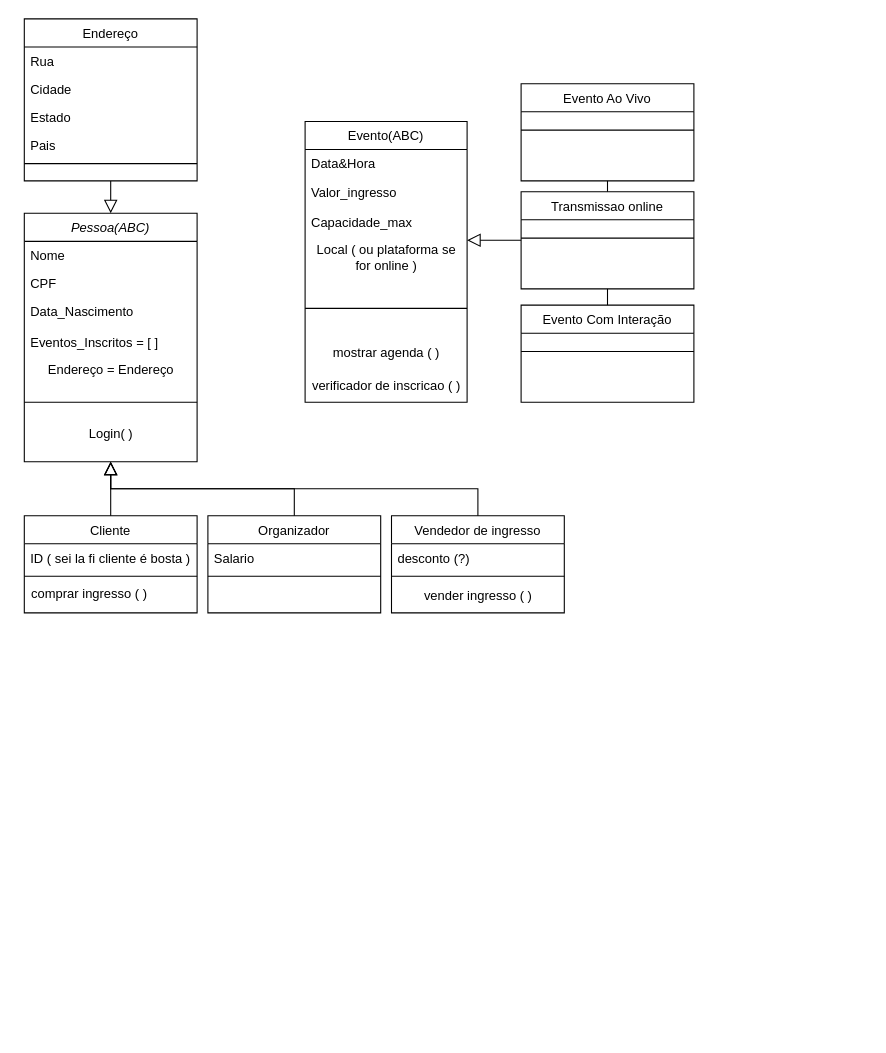
This is DIAGRAMA-TRAB-BETO.drawio from Ryan-Taito-Hadas/DiagramaBeto, a draw.io file, before an edit. Source tidied: cells renumbered, new cells numbered last; positions are measured from the earlier drawing's top-left corner, leaving out a move shared by most shapes. Both pictures are drawn from the tidied source at 108%, with x=0, y=0 at pixel (18, 18).
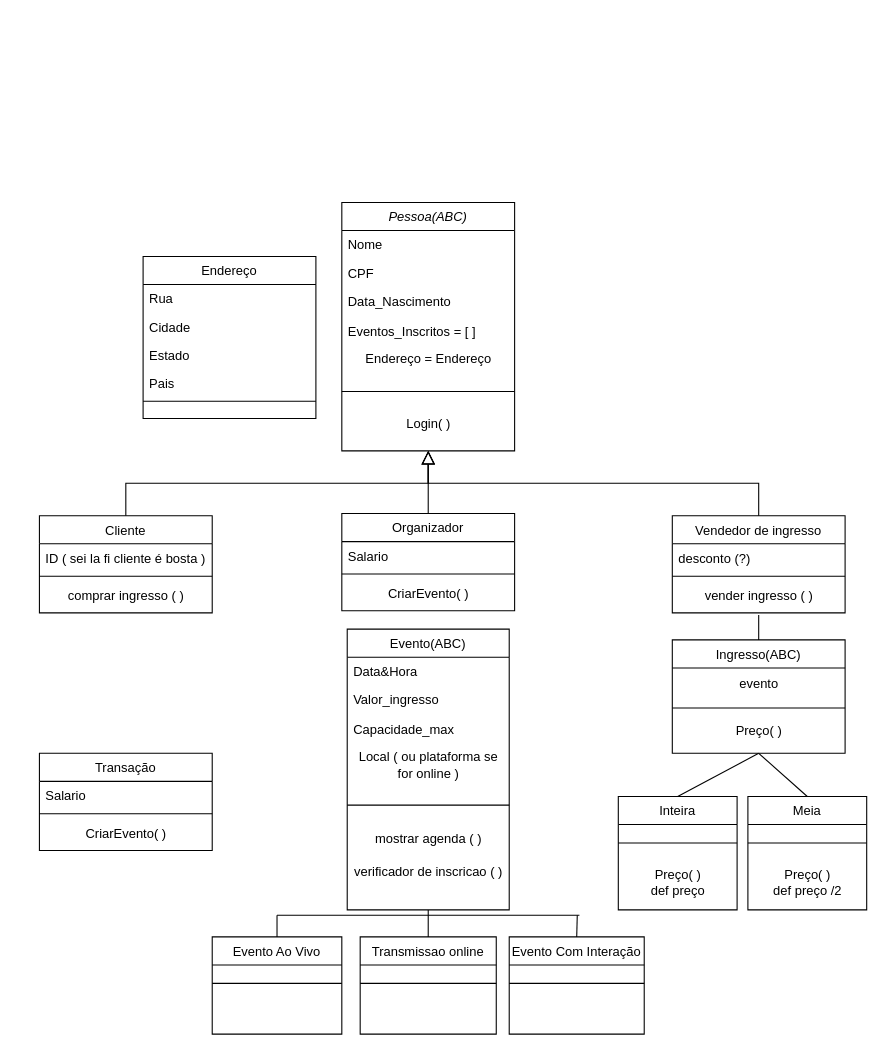
After the change.

Commit message:
coloquei ingressos, organizei eventos e vou colocar transação

The change refers to these unchanged cells:
```xml
<mxCell id="28" value="Local ( ou plataforma se&lt;div&gt;for online )&lt;/div&gt;" style="text;html=1;align=center;verticalAlign=middle;points=[];strokeColor=none;fillColor=none;" parent="24" vertex="1">
  <mxGeometry y="106" width="150" height="40" as="geometry" />
</mxCell>
<mxCell id="36" value="vender ingresso ( )" style="text;html=1;align=center;verticalAlign=middle;points=[];strokeColor=none;fillColor=none;" parent="33" vertex="1">
  <mxGeometry y="60" width="160" height="30" as="geometry" />
</mxCell>
```

The edit, as a diff of the source:
```diff
@@
     <mxCell id="2" value="Pessoa(ABC)&#10;    &#10;" style="swimlane;fontStyle=2;align=center;verticalAlign=top;horizontal=1;startSize=26;rounded=0;shadow=0;strokeWidth=1;" parent="1" vertex="1">
-      <mxGeometry x="5" y="180" width="160" height="230" as="geometry" />
+      <mxGeometry x="299" y="170" width="160" height="230" as="geometry" />
     </mxCell>
@@
     <mxCell id="9" value="Cliente" style="swimlane;fontStyle=0;align=center;verticalAlign=top;horizontal=1;startSize=26;rounded=0;shadow=0;strokeWidth=1;" parent="1" vertex="1">
-      <mxGeometry x="5" y="460" width="160" height="90" as="geometry" />
+      <mxGeometry x="19" y="460" width="160" height="90" as="geometry" />
     </mxCell>
@@
+    <mxCell id="32" value="comprar ingresso ( )" style="text;html=1;align=center;verticalAlign=middle;strokeColor=none;fillColor=none;" parent="9" vertex="1">
+      <mxGeometry y="60" width="160" height="30" as="geometry" />
+    </mxCell>
@@
     <mxCell id="13" value="Organizador" style="swimlane;fontStyle=0;align=center;verticalAlign=top;horizontal=1;startSize=26;rounded=0;shadow=0;strokeWidth=1;" parent="1" vertex="1">
-      <mxGeometry x="175" y="460" width="160" height="90" as="geometry" />
+      <mxGeometry x="299" y="458" width="160" height="90" as="geometry" />
     </mxCell>
@@
+    <mxCell id="47" value="CriarEvento( )" style="text;html=1;align=center;verticalAlign=middle;strokeColor=none;fillColor=none;" parent="13" vertex="1">
+      <mxGeometry y="60" width="160" height="30" as="geometry" />
+    </mxCell>
     <mxCell id="16" value="Endereço" style="swimlane;fontStyle=0;align=center;verticalAlign=top;horizontal=1;startSize=26;rounded=0;shadow=0;strokeWidth=1;" parent="1" vertex="1">
-      <mxGeometry x="5" width="160" height="150" as="geometry" />
+      <mxGeometry x="115" y="220" width="160" height="150" as="geometry" />
     </mxCell>
@@
-    <mxCell id="23" style="endArrow=block;endSize=10;endFill=0;shadow=0;strokeWidth=1;rounded=0;curved=0;edgeStyle=elbowEdgeStyle;elbow=vertical;exitX=0.5;exitY=1;exitDx=0;exitDy=0;entryX=0.5;entryY=0;entryDx=0;entryDy=0;" parent="1" edge="1" source="16" target="2">
-      <mxGeometry relative="1" as="geometry" />
-    </mxCell>
     <mxCell id="24" value="Evento(ABC)" style="swimlane;fontStyle=0;align=center;verticalAlign=top;horizontal=1;startSize=26;rounded=0;shadow=0;strokeWidth=1;" parent="1" vertex="1">
-      <mxGeometry x="265" y="95" width="150" height="260" as="geometry" />
+      <mxGeometry x="304" y="565" width="150" height="260" as="geometry" />
     </mxCell>
@@
     <mxCell id="29" style="line;html=1;strokeWidth=1;align=left;verticalAlign=middle;spacingTop=-1;spacingLeft=3;spacingRight=3;labelPosition=right;" parent="24" vertex="1">
-      <mxGeometry y="146" width="150" height="54" as="geometry" />
+      <mxGeometry y="146" width="150" height="34" as="geometry" />
     </mxCell>
     <mxCell id="30" value="mostrar agenda ( )" style="text;html=1;align=center;verticalAlign=middle;strokeColor=none;fillColor=none;" parent="24" vertex="1">
-      <mxGeometry y="200" width="150" height="30" as="geometry" />
+      <mxGeometry y="180" width="150" height="30" as="geometry" />
     </mxCell>
     <mxCell id="31" value="verificador de inscricao ( )" style="text;html=1;align=center;verticalAlign=middle;strokeColor=none;fillColor=none;" parent="24" vertex="1">
-      <mxGeometry y="230" width="150" height="30" as="geometry" />
+      <mxGeometry y="210" width="150" height="30" as="geometry" />
     </mxCell>
-    <mxCell id="32" value="comprar ingresso ( )" style="text;html=1;align=center;verticalAlign=middle;strokeColor=none;fillColor=none;" parent="1" vertex="1">
-      <mxGeometry y="518" width="130" height="30" as="geometry" />
-    </mxCell>
     <mxCell id="33" value="Vendedor de ingresso" style="swimlane;fontStyle=0;align=center;verticalAlign=top;horizontal=1;startSize=26;rounded=0;shadow=0;strokeWidth=1;" parent="1" vertex="1">
-      <mxGeometry x="345" y="460" width="160" height="90" as="geometry" />
+      <mxGeometry x="605" y="460" width="160" height="90" as="geometry" />
     </mxCell>
@@
-    <mxCell id="37" style="endArrow=block;endSize=10;endFill=0;shadow=0;strokeWidth=1;rounded=0;curved=0;edgeStyle=elbowEdgeStyle;elbow=vertical;exitX=0.5;exitY=0;exitDx=0;exitDy=0;" parent="1" edge="1" source="33">
-      <mxGeometry relative="1" as="geometry">
-        <mxPoint x="85" y="410" as="targetPoint" />
-      </mxGeometry>
+    <mxCell id="37" style="endArrow=block;endSize=10;endFill=0;shadow=0;strokeWidth=1;rounded=0;curved=0;edgeStyle=elbowEdgeStyle;elbow=vertical;exitX=0.5;exitY=0;exitDx=0;exitDy=0;entryX=0.5;entryY=1;entryDx=0;entryDy=0;" parent="1" edge="1" source="33" target="2">
+      <mxGeometry relative="1" as="geometry" />
     </mxCell>
     <mxCell id="38" value="Evento Com Interação" style="swimlane;fontStyle=0;align=center;verticalAlign=top;horizontal=1;startSize=26;rounded=0;shadow=0;strokeWidth=1;" parent="1" vertex="1">
-      <mxGeometry x="465" y="265" width="160" height="90" as="geometry" />
+      <mxGeometry x="454" y="850" width="125" height="90" as="geometry" />
     </mxCell>
     <mxCell id="39" style="line;html=1;strokeWidth=1;align=left;verticalAlign=middle;spacingTop=-1;spacingLeft=3;spacingRight=3;labelPosition=right;" parent="38" vertex="1">
-      <mxGeometry y="26" width="160" height="34" as="geometry" />
+      <mxGeometry y="26" width="125" height="34" as="geometry" />
     </mxCell>
     <mxCell id="40" value="Evento Ao Vivo" style="swimlane;fontStyle=0;align=center;verticalAlign=top;horizontal=1;startSize=26;rounded=0;shadow=0;strokeWidth=1;" parent="1" vertex="1">
-      <mxGeometry x="465" y="60" width="160" height="90" as="geometry" />
+      <mxGeometry x="179" y="850" width="120" height="90" as="geometry" />
     </mxCell>
     <mxCell id="41" style="line;html=1;strokeWidth=1;align=left;verticalAlign=middle;spacingTop=-1;spacingLeft=3;spacingRight=3;labelPosition=right;" parent="40" vertex="1">
-      <mxGeometry y="26" width="160" height="34" as="geometry" />
+      <mxGeometry y="26" width="120" height="34" as="geometry" />
     </mxCell>
     <mxCell id="42" value="Transmissao online" style="swimlane;fontStyle=0;align=center;verticalAlign=top;horizontal=1;startSize=26;rounded=0;shadow=0;strokeWidth=1;" parent="1" vertex="1">
-      <mxGeometry x="465" y="160" width="160" height="90" as="geometry" />
+      <mxGeometry x="316" y="850" width="126" height="90" as="geometry" />
     </mxCell>
     <mxCell id="43" style="line;html=1;strokeWidth=1;align=left;verticalAlign=middle;spacingTop=-1;spacingLeft=3;spacingRight=3;labelPosition=right;" parent="42" vertex="1">
-      <mxGeometry y="26" width="160" height="34" as="geometry" />
+      <mxGeometry y="26" width="126" height="34" as="geometry" />
     </mxCell>
-    <mxCell id="44" style="endArrow=block;endSize=10;endFill=0;shadow=0;strokeWidth=1;rounded=0;curved=0;edgeStyle=elbowEdgeStyle;elbow=vertical;exitX=0;exitY=0.5;exitDx=0;exitDy=0;" parent="1" edge="1" source="42" target="28">
-      <mxGeometry relative="1" as="geometry" />
-    </mxCell>
-    <mxCell id="45" style="endArrow=none;html=1;rounded=0;exitX=0.5;exitY=0;exitDx=0;exitDy=0;entryX=0.5;entryY=1;entryDx=0;entryDy=0;" parent="1" edge="1" source="38" target="42">
-      <mxGeometry relative="1" as="geometry" />
-    </mxCell>
-    <mxCell id="46" style="endArrow=none;html=1;rounded=0;exitX=0.5;exitY=1;exitDx=0;exitDy=0;entryX=0.5;entryY=0;entryDx=0;entryDy=0;" parent="1" edge="1" source="40" target="42">
-      <mxGeometry relative="1" as="geometry" />
-    </mxCell>
+    <mxCell id="48" value="Ingresso(ABC)" style="swimlane;fontStyle=0;align=center;verticalAlign=top;horizontal=1;startSize=26;rounded=0;shadow=0;strokeWidth=1;" parent="1" vertex="1">
+      <mxGeometry x="605" y="575" width="160" height="105" as="geometry" />
+    </mxCell>
+    <mxCell id="49" value="evento" style="text;html=1;align=center;verticalAlign=middle;strokeColor=none;fillColor=none;" parent="48" vertex="1">
+      <mxGeometry y="26" width="160" height="30" as="geometry" />
+    </mxCell>
+    <mxCell id="50" style="line;html=1;strokeWidth=1;align=left;verticalAlign=middle;spacingTop=-1;spacingLeft=3;spacingRight=3;labelPosition=right;" parent="48" vertex="1">
+      <mxGeometry y="56" width="160" height="14" as="geometry" />
+    </mxCell>
+    <mxCell id="51" value="Preço( )" style="text;html=1;align=center;verticalAlign=middle;strokeColor=none;fillColor=none;" parent="48" vertex="1">
+      <mxGeometry y="70" width="160" height="30" as="geometry" />
+    </mxCell>
+    <mxCell id="52" style="endArrow=none;html=1;rounded=0;exitX=0.5;exitY=0;exitDx=0;exitDy=0;entryX=0.5;entryY=1.067;entryDx=0;entryDy=0;entryPerimeter=0;" parent="1" edge="1" source="48" target="36">
+      <mxGeometry relative="1" as="geometry" />
+    </mxCell>
+    <mxCell id="53" value="Meia" style="swimlane;fontStyle=0;align=center;verticalAlign=top;horizontal=1;startSize=26;rounded=0;shadow=0;strokeWidth=1;" parent="1" vertex="1">
+      <mxGeometry x="675" y="720" width="110" height="105" as="geometry" />
+    </mxCell>
+    <mxCell id="54" style="line;html=1;strokeWidth=1;align=left;verticalAlign=middle;spacingTop=-1;spacingLeft=3;spacingRight=3;labelPosition=right;" parent="53" vertex="1">
+      <mxGeometry y="26" width="110" height="34" as="geometry" />
+    </mxCell>
+    <mxCell id="55" value="Preço( )&lt;div&gt;def preço /2&lt;/div&gt;" style="text;html=1;align=center;verticalAlign=middle;strokeColor=none;fillColor=none;" parent="53" vertex="1">
+      <mxGeometry y="60" width="110" height="40" as="geometry" />
+    </mxCell>
+    <mxCell id="56" value="Inteira" style="swimlane;fontStyle=0;align=center;verticalAlign=top;horizontal=1;startSize=26;rounded=0;shadow=0;strokeWidth=1;" parent="1" vertex="1">
+      <mxGeometry x="555" y="720" width="110" height="105" as="geometry" />
+    </mxCell>
+    <mxCell id="57" style="line;html=1;strokeWidth=1;align=left;verticalAlign=middle;spacingTop=-1;spacingLeft=3;spacingRight=3;labelPosition=right;" parent="56" vertex="1">
+      <mxGeometry y="26" width="110" height="34" as="geometry" />
+    </mxCell>
+    <mxCell id="58" value="Preço( )&lt;div&gt;def preço&lt;/div&gt;" style="text;html=1;align=center;verticalAlign=middle;strokeColor=none;fillColor=none;" parent="56" vertex="1">
+      <mxGeometry y="60" width="110" height="40" as="geometry" />
+    </mxCell>
+    <mxCell id="59" style="endArrow=none;html=1;rounded=0;exitX=0.5;exitY=0;exitDx=0;exitDy=0;entryX=0.5;entryY=1;entryDx=0;entryDy=0;" parent="1" edge="1" source="56" target="48">
+      <mxGeometry relative="1" as="geometry" />
+    </mxCell>
+    <mxCell id="60" style="endArrow=none;html=1;rounded=0;exitX=0.5;exitY=0;exitDx=0;exitDy=0;entryX=0.5;entryY=1;entryDx=0;entryDy=0;" parent="1" edge="1" source="53" target="48">
+      <mxGeometry relative="1" as="geometry" />
+    </mxCell>
+    <mxCell id="61" style="endArrow=none;html=1;rounded=0;exitX=0.5;exitY=0;exitDx=0;exitDy=0;" parent="1" edge="1" source="40">
+      <mxGeometry relative="1" as="geometry">
+        <mxPoint x="239" y="830" as="targetPoint" />
+      </mxGeometry>
+    </mxCell>
+    <mxCell id="62" style="endArrow=none;html=1;rounded=0;exitX=0.5;exitY=0;exitDx=0;exitDy=0;entryX=0.5;entryY=1;entryDx=0;entryDy=0;" parent="1" edge="1" source="42" target="24">
+      <mxGeometry relative="1" as="geometry" />
+    </mxCell>
+    <mxCell id="63" style="endArrow=none;html=1;rounded=0;exitX=0.5;exitY=0;exitDx=0;exitDy=0;" parent="1" edge="1" source="38">
+      <mxGeometry relative="1" as="geometry">
+        <mxPoint x="517" y="830" as="targetPoint" />
+      </mxGeometry>
+    </mxCell>
+    <mxCell id="64" style="endArrow=none;html=1;rounded=0;" parent="1" edge="1">
+      <mxGeometry relative="1" as="geometry">
+        <mxPoint x="239" y="830" as="sourcePoint" />
+        <mxPoint x="519" y="830" as="targetPoint" />
+      </mxGeometry>
+    </mxCell>
+    <mxCell id="65" value="Transação" style="swimlane;fontStyle=0;align=center;verticalAlign=top;horizontal=1;startSize=26;rounded=0;shadow=0;strokeWidth=1;" parent="1" vertex="1">
+      <mxGeometry x="19" y="680" width="160" height="90" as="geometry" />
+    </mxCell>
+    <mxCell id="66" value="Salario" style="text;align=left;verticalAlign=top;spacingLeft=4;spacingRight=4;overflow=hidden;" parent="65" vertex="1">
+      <mxGeometry y="26" width="160" height="26" as="geometry" />
+    </mxCell>
+    <mxCell id="67" style="line;html=1;strokeWidth=1;align=left;verticalAlign=middle;spacingTop=-1;spacingLeft=3;spacingRight=3;labelPosition=right;" parent="65" vertex="1">
+      <mxGeometry y="52" width="160" height="8" as="geometry" />
+    </mxCell>
+    <mxCell id="68" value="CriarEvento( )" style="text;html=1;align=center;verticalAlign=middle;strokeColor=none;fillColor=none;" parent="65" vertex="1">
+      <mxGeometry y="60" width="160" height="30" as="geometry" />
+    </mxCell>
```
